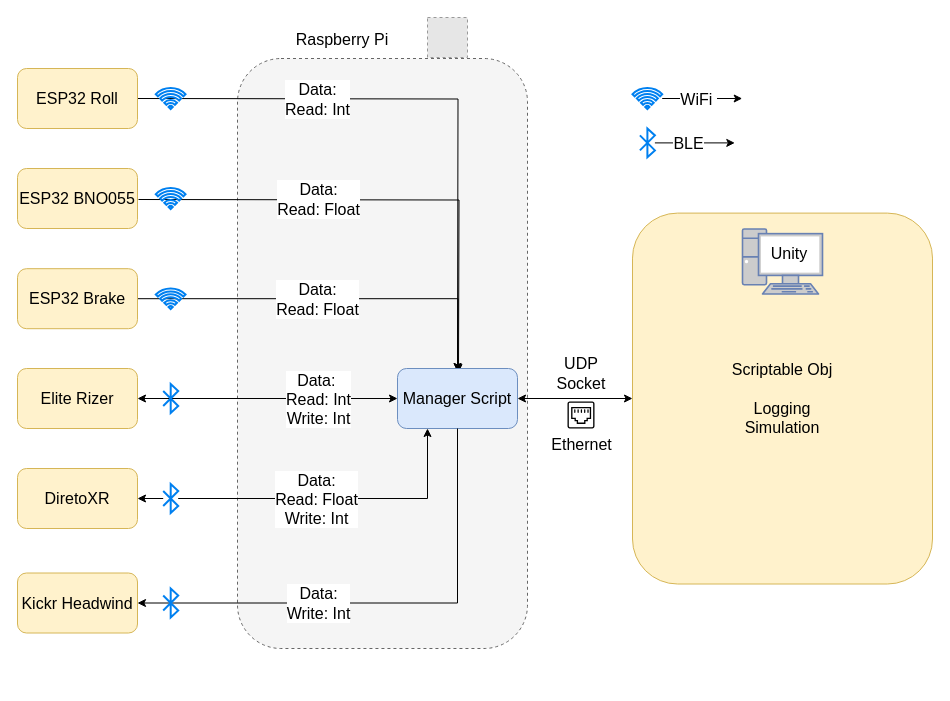
This is Architecture_BicycleSimulator.drawio from DaveBsns/SimulatorRaspberry, a draw.io file, before an edit. Source tidied: cells renumbered, new cells numbered last; positions are measured from the earlier drawing's top-left corner, leaving out a move shared by most shapes. Both pictures are drawn from the tidied source at 100%, with x=0, y=0 at pixel (17, 17). Pictures stored in the file or linked from it are replaced by grey dashed boxes.
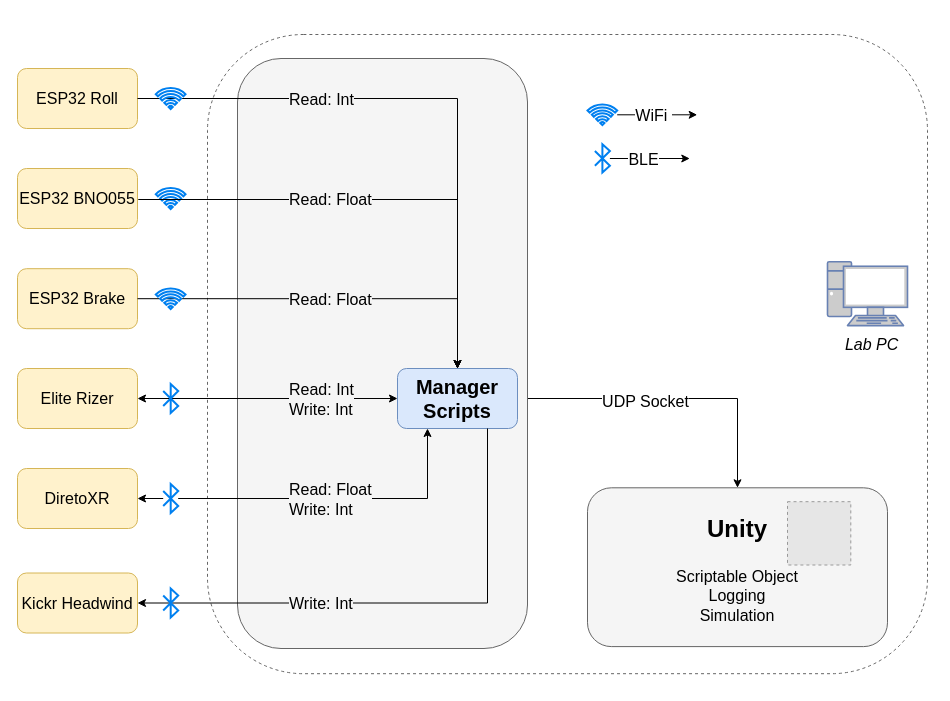
After the change.

Unchanged cells that the change refers to:
```xml
<mxCell id="9" style="edgeStyle=orthogonalEdgeStyle;rounded=0;jettySize=auto;html=1;exitX=1;exitY=0.5;exitDx=0;exitDy=0;entryX=0;entryY=0.5;entryDx=0;entryDy=0;startArrow=classic;startFill=1;fontSize=16;" parent="1" edge="1" source="11" target="19">
  <mxGeometry relative="1" as="geometry" />
</mxCell>
<mxCell id="24" value="Kickr Headwind" style="rounded=1;whiteSpace=wrap;html=1;fillColor=#fff2cc;strokeColor=#d6b656;fontSize=16;" parent="1" vertex="1">
  <mxGeometry y="555.5" width="120" height="60" as="geometry" />
</mxCell>
<mxCell id="32" style="html=1;verticalLabelPosition=bottom;align=center;labelBackgroundColor=#ffffff;verticalAlign=top;strokeWidth=2;strokeColor=#0080F0;shadow=0;dashed=0;shape=mxgraph.ios7.icons.bluetooth;fontSize=16;" parent="1" vertex="1">
  <mxGeometry x="145.7" y="466.6" width="15" height="28.8" as="geometry" />
</mxCell>
```

What changed in the source:
```diff
@@
+    <mxCell id="18" style="edgeStyle=orthogonalEdgeStyle;rounded=0;jettySize=auto;html=1;exitX=1;exitY=0.5;exitDx=0;exitDy=0;startArrow=classic;startFill=1;fontSize=16;" parent="1" edge="1" source="19" target="20">
+      <mxGeometry relative="1" as="geometry" />
+    </mxCell>
+    <mxCell id="43" style="group;" parent="1" vertex="1">
+      <mxGeometry x="190" y="17" width="720" height="649" as="geometry" />
+    </mxCell>
+    <mxCell id="44" value="&lt;div&gt;&lt;span style=&quot;font-style: italic;&quot;&gt;Lab PC&amp;nbsp; &amp;nbsp; &amp;nbsp;&amp;nbsp;&lt;br&gt;&lt;/span&gt;&lt;br&gt;&lt;/div&gt;" style="rounded=1;whiteSpace=wrap;html=1;fillColor=none;strokeColor=#666666;fontSize=16;verticalAlign=middle;align=right;dashed=1;" parent="43" vertex="1">
+      <mxGeometry width="720" height="639.2" as="geometry" />
+    </mxCell>
+    <mxCell id="45" style="fontColor=#0066CC;verticalAlign=top;verticalLabelPosition=bottom;labelPosition=center;align=center;html=1;fillColor=#CCCCCC;strokeColor=#6881B3;gradientColor=none;gradientDirection=north;strokeWidth=2;shape=mxgraph.networks.pc;fontSize=16;" parent="43" vertex="1">
+      <mxGeometry x="620" y="227.2" width="80" height="63.9" as="geometry" />
+    </mxCell>
+    <mxCell id="41" value="UDP Socket" style="edgeLabel;html=1;align=center;verticalAlign=middle;fontSize=16;" parent="43" vertex="1">
+      <mxGeometry x="60" y="345.1" as="geometry">
+        <mxPoint x="377" y="21" as="offset" />
+      </mxGeometry>
+    </mxCell>
+    <mxCell id="46" style="group;" parent="43" vertex="1">
+      <mxGeometry x="380" y="453.3" width="300" height="158.8" as="geometry" />
+    </mxCell>
+    <mxCell id="20" value="Scriptable Object&lt;br style=&quot;font-size: 16px;&quot;&gt;Logging&lt;br style=&quot;font-size: 16px;&quot;&gt;Simulation&lt;div&gt;&lt;br&gt;&lt;/div&gt;" style="rounded=1;whiteSpace=wrap;html=1;fillColor=#F5F5F5;strokeColor=#666666;fontSize=16;verticalAlign=bottom;" parent="46" vertex="1">
+      <mxGeometry width="300" height="158.8" as="geometry" />
+    </mxCell>
+    <mxCell id="39" value="Unity" style="text;html=1;strokeColor=none;fillColor=none;align=center;verticalAlign=middle;whiteSpace=wrap;rounded=0;fontSize=24;fontStyle=1;" parent="46" vertex="1">
+      <mxGeometry x="120" y="26.7" width="60" height="29.5" as="geometry" />
+    </mxCell>
+    <mxCell id="47" style="fillColor=#E6E6E6;strokeColor=#999999;dashed=1;verticalLabelPosition=bottom;labelBackgroundColor=default;verticalAlign=top;" parent="46" vertex="1">
+      <mxGeometry x="200" y="13.9" width="63.3" height="63.3" as="geometry" />
+    </mxCell>
+    <mxCell id="48" style="group;" parent="43" vertex="1">
+      <mxGeometry x="380" y="70" width="109.7" height="68.1" as="geometry" />
+    </mxCell>
+    <mxCell id="33" style="edgeStyle=orthogonalEdgeStyle;rounded=0;jettySize=auto;html=1;fontSize=16;" parent="48" edge="1" source="35">
+      <mxGeometry relative="1" as="geometry">
+        <mxPoint x="109.7" y="10.3" as="targetPoint" />
+      </mxGeometry>
+    </mxCell>
+    <mxCell id="34" value="WiFi&amp;nbsp;" style="edgeLabel;html=1;align=center;verticalAlign=middle;fontSize=16;" parent="33" vertex="1">
+      <mxGeometry x="-0.04" y="3" relative="1" as="geometry">
+        <mxPoint x="-3" y="3" as="offset" />
+      </mxGeometry>
+    </mxCell>
+    <mxCell id="35" style="html=1;verticalLabelPosition=bottom;align=center;labelBackgroundColor=#ffffff;verticalAlign=top;strokeWidth=2;strokeColor=#0080F0;shadow=0;dashed=0;shape=mxgraph.ios7.icons.wifi;fontSize=16;" parent="48" vertex="1">
+      <mxGeometry width="29.7" height="20.6" as="geometry" />
+    </mxCell>
+    <mxCell id="36" style="edgeStyle=orthogonalEdgeStyle;rounded=0;jettySize=auto;html=1;fontSize=16;" parent="48" edge="1" source="38">
+      <mxGeometry relative="1" as="geometry">
+        <mxPoint x="102.3" y="54" as="targetPoint" />
+      </mxGeometry>
+    </mxCell>
+    <mxCell id="37" value="BLE" style="edgeLabel;html=1;align=center;verticalAlign=middle;fontSize=16;" parent="36" vertex="1">
+      <mxGeometry x="-0.25" y="-4" relative="1" as="geometry">
+        <mxPoint x="3" y="-4" as="offset" />
+      </mxGeometry>
+    </mxCell>
+    <mxCell id="38" style="html=1;verticalLabelPosition=bottom;align=center;labelBackgroundColor=#ffffff;verticalAlign=top;strokeWidth=2;strokeColor=#0080F0;shadow=0;dashed=0;shape=mxgraph.ios7.icons.bluetooth;fontSize=16;" parent="48" vertex="1">
+      <mxGeometry x="7.4" y="39.8" width="15" height="28.3" as="geometry" />
+    </mxCell>
-    <mxCell id="2" style="rounded=1;whiteSpace=wrap;html=1;align=left;dashed=1;fillColor=#f5f5f5;fontColor=#333333;strokeColor=#666666;fontSize=16;" parent="1" vertex="1">
+    <mxCell id="2" style="rounded=1;whiteSpace=wrap;html=1;align=left;fillColor=#f5f5f5;fontColor=#333333;strokeColor=#666666;fontSize=16;labelBackgroundColor=#f5f5f5;" parent="1" vertex="1">
       <mxGeometry x="220" y="41" width="290" height="590" as="geometry" />
     </mxCell>
+    <mxCell id="5" value="ESP32 Brake" style="rounded=1;whiteSpace=wrap;html=1;fillColor=#fff2cc;strokeColor=#d6b656;fontSize=16;" parent="1" vertex="1">
+      <mxGeometry y="251.2" width="120" height="60" as="geometry" />
+    </mxCell>
-    <mxCell id="3" style="edgeStyle=orthogonalEdgeStyle;rounded=0;jettySize=auto;html=1;exitX=1;exitY=0.5;exitDx=0;exitDy=0;fontSize=16;" parent="1" edge="1" source="5">
+    <mxCell id="3" style="edgeStyle=orthogonalEdgeStyle;rounded=0;jettySize=auto;html=1;exitX=1;exitY=0.5;exitDx=0;exitDy=0;fontSize=16;entryX=0.5;entryY=0;entryDx=0;entryDy=0;" parent="1" edge="1" source="5" target="19">
       <mxGeometry relative="1" as="geometry">
-        <mxPoint x="440" y="354" as="targetPoint" />
+        <Array as="points">
+          <mxPoint x="440" y="281" />
+        </Array>
       </mxGeometry>
     </mxCell>
-    <mxCell id="4" value="Data:&lt;br style=&quot;font-size: 16px;&quot;&gt;Read: Float" style="edgeLabel;html=1;align=center;verticalAlign=middle;fontSize=16;" parent="3" vertex="1">
-      <mxGeometry x="-0.45" y="2" relative="1" as="geometry">
-        <mxPoint x="71" y="2" as="offset" />
+    <mxCell id="4" value="Read: Float" style="edgeLabel;html=1;align=left;verticalAlign=middle;fontSize=16;labelBackgroundColor=#f5f5f5;" parent="3" vertex="1">
+      <mxGeometry relative="1" as="geometry">
+        <mxPoint x="-45" as="offset" />
       </mxGeometry>
     </mxCell>
-    <mxCell id="5" value="ESP32 Brake" style="rounded=1;whiteSpace=wrap;html=1;fillColor=#fff2cc;strokeColor=#d6b656;fontSize=16;" parent="1" vertex="1">
-      <mxGeometry y="251.2" width="120" height="60" as="geometry" />
-    </mxCell>
-    <mxCell id="6" style="edgeStyle=orthogonalEdgeStyle;rounded=0;orthogonalLoop=1;jettySize=auto;html=1;exitX=1;exitY=0.5;exitDx=0;exitDy=0;entryX=0.5;entryY=0;entryDx=0;entryDy=0;fontSize=16;" parent="1" edge="1">
+    <mxCell id="6" style="edgeStyle=orthogonalEdgeStyle;rounded=0;jettySize=auto;html=1;exitX=1;exitY=0.5;exitDx=0;exitDy=0;entryX=0.5;entryY=0;entryDx=0;entryDy=0;fontSize=16;" parent="1" edge="1" target="19">
       <mxGeometry relative="1" as="geometry">
         <mxPoint x="121" y="182" as="sourcePoint" />
-        <mxPoint x="441" y="355" as="targetPoint" />
+        <Array as="points">
+          <mxPoint x="440" y="182" />
+        </Array>
       </mxGeometry>
     </mxCell>
-    <mxCell id="7" value="Data:&lt;br style=&quot;font-size: 16px;&quot;&gt;Read: Float" style="edgeLabel;html=1;align=center;verticalAlign=middle;fontSize=16;" parent="6" vertex="1">
-      <mxGeometry x="-0.28" y="-2" relative="1" as="geometry">
-        <mxPoint x="3" y="-3" as="offset" />
-      </mxGeometry>
-    </mxCell>
@@
-    <mxCell id="10" value="Data:&amp;nbsp;&lt;br style=&quot;font-size: 16px;&quot;&gt;Read: Int&lt;br style=&quot;font-size: 16px;&quot;&gt;Write: Int" style="edgeLabel;html=1;align=center;verticalAlign=middle;fontSize=16;" parent="9" vertex="1">
-      <mxGeometry x="-0.14" y="-2" relative="1" as="geometry">
-        <mxPoint x="68" y="-2" as="offset" />
+    <mxCell id="10" value="Read: Int&lt;br style=&quot;font-size: 16px;&quot;&gt;Write: Int" style="edgeLabel;html=1;align=left;verticalAlign=middle;fontSize=16;labelBackgroundColor=#f5f5f5;" parent="9" vertex="1">
+      <mxGeometry relative="1" as="geometry">
+        <mxPoint x="20" as="offset" />
       </mxGeometry>
     </mxCell>
@@
+    <mxCell id="17" value="ESP32 Roll" style="rounded=1;whiteSpace=wrap;html=1;fillColor=#fff2cc;strokeColor=#d6b656;fontSize=16;" parent="1" vertex="1">
+      <mxGeometry y="51" width="120" height="60" as="geometry" />
+    </mxCell>
+    <mxCell id="19" value="&lt;b style=&quot;font-size: 20px;&quot;&gt;Manager Scripts&lt;/b&gt;" style="rounded=1;whiteSpace=wrap;html=1;fillColor=#dae8fc;strokeColor=#6c8ebf;fontSize=16;" parent="1" vertex="1">
+      <mxGeometry x="380" y="351" width="120" height="60" as="geometry" />
+    </mxCell>
-    <mxCell id="15" style="edgeStyle=orthogonalEdgeStyle;rounded=0;orthogonalLoop=1;jettySize=auto;html=1;exitX=1;exitY=0.5;exitDx=0;exitDy=0;fontSize=16;" parent="1" edge="1">
+    <mxCell id="15" style="edgeStyle=orthogonalEdgeStyle;rounded=0;jettySize=auto;html=1;exitX=1;exitY=0.5;exitDx=0;exitDy=0;fontSize=16;entryX=0.5;entryY=0;entryDx=0;entryDy=0;" parent="1" edge="1" target="19">
       <mxGeometry relative="1" as="geometry">
         <mxPoint x="120" y="81" as="sourcePoint" />
-        <mxPoint x="440" y="354" as="targetPoint" />
+        <Array as="points">
+          <mxPoint x="440" y="81" />
+        </Array>
       </mxGeometry>
     </mxCell>
-    <mxCell id="16" value="Data:&lt;br style=&quot;font-size: 16px;&quot;&gt;Read: Int" style="edgeLabel;html=1;align=center;verticalAlign=middle;fontSize=16;" parent="15" vertex="1">
-      <mxGeometry x="-0.54" y="2" relative="1" as="geometry">
-        <mxPoint x="43" y="2" as="offset" />
+    <mxCell id="16" value="Read: Int" style="edgeLabel;html=1;align=left;verticalAlign=middle;fontSize=16;labelBackgroundColor=#f5f5f5;" parent="15" vertex="1">
+      <mxGeometry relative="1" as="geometry">
+        <mxPoint x="-145" as="offset" />
       </mxGeometry>
     </mxCell>
-    <mxCell id="17" value="ESP32 Roll" style="rounded=1;whiteSpace=wrap;html=1;fillColor=#fff2cc;strokeColor=#d6b656;fontSize=16;" parent="1" vertex="1">
-      <mxGeometry y="51" width="120" height="60" as="geometry" />
-    </mxCell>
-    <mxCell id="18" style="edgeStyle=orthogonalEdgeStyle;rounded=0;jettySize=auto;html=1;exitX=1;exitY=0.5;exitDx=0;exitDy=0;startArrow=classic;startFill=1;fontSize=16;" parent="1" edge="1" source="19" target="20">
-      <mxGeometry relative="1" as="geometry" />
-    </mxCell>
-    <mxCell id="19" value="Manager Script" style="rounded=1;whiteSpace=wrap;html=1;fillColor=#dae8fc;strokeColor=#6c8ebf;fontSize=16;" parent="1" vertex="1">
-      <mxGeometry x="380" y="351" width="120" height="60" as="geometry" />
-    </mxCell>
-    <mxCell id="20" value="Scriptable Obj&lt;br style=&quot;font-size: 16px;&quot;&gt;&lt;br style=&quot;font-size: 16px;&quot;&gt;Logging&lt;br style=&quot;font-size: 16px;&quot;&gt;Simulation" style="rounded=1;whiteSpace=wrap;html=1;fillColor=#fff2cc;strokeColor=#d6b656;fontSize=16;" parent="1" vertex="1">
-      <mxGeometry x="615" y="195.6" width="300" height="370.9" as="geometry" />
-    </mxCell>
-    <mxCell id="21" style="fontColor=#0066CC;verticalAlign=top;verticalLabelPosition=bottom;labelPosition=center;align=center;html=1;fillColor=#CCCCCC;strokeColor=#6881B3;gradientColor=none;gradientDirection=north;strokeWidth=2;shape=mxgraph.networks.pc;fontSize=16;" parent="1" vertex="1">
-      <mxGeometry x="725" y="211.5" width="80" height="65" as="geometry" />
-    </mxCell>
-    <mxCell id="22" style="edgeStyle=orthogonalEdgeStyle;rounded=0;jettySize=auto;html=1;exitX=1;exitY=0.5;exitDx=0;exitDy=0;startArrow=classic;startFill=1;endArrow=none;endFill=0;entryX=0.5;entryY=1;entryDx=0;entryDy=0;fontSize=16;" parent="1" edge="1" source="24" target="19">
-      <mxGeometry relative="1" as="geometry" />
+    <mxCell id="22" style="edgeStyle=orthogonalEdgeStyle;rounded=0;jettySize=auto;html=1;exitX=1;exitY=0.5;exitDx=0;exitDy=0;startArrow=classic;startFill=1;endArrow=none;endFill=0;entryX=0.75;entryY=1;entryDx=0;entryDy=0;fontSize=16;" parent="1" edge="1" source="24" target="19">
+      <mxGeometry relative="1" as="geometry">
+        <Array as="points">
+          <mxPoint x="470" y="586" />
+        </Array>
+      </mxGeometry>
     </mxCell>
-    <mxCell id="23" value="Data:&lt;br style=&quot;font-size: 16px;&quot;&gt;Write: Int" style="edgeLabel;html=1;align=center;verticalAlign=middle;fontSize=16;" parent="22" vertex="1">
-      <mxGeometry x="0.54" y="-4" relative="1" as="geometry">
-        <mxPoint x="-144" y="61" as="offset" />
+    <mxCell id="23" value="Write: Int" style="edgeLabel;html=1;align=left;verticalAlign=middle;fontSize=16;labelBackgroundColor=#f5f5f5;" parent="22" vertex="1">
+      <mxGeometry relative="1" as="geometry">
+        <mxPoint x="-112" as="offset" />
       </mxGeometry>
     </mxCell>
@@
-    <mxCell id="26" style="fillColor=#E6E6E6;strokeColor=#999999;dashed=1;html=1;verticalAlign=top;verticalLabelPosition=bottom;labelBackgroundColor=#ffffff;fontSize=16;" parent="1" vertex="1">
-      <mxGeometry x="410" width="40" height="40" as="geometry" />
-    </mxCell>
@@
-    <mxCell id="30" style="edgeStyle=orthogonalEdgeStyle;rounded=0;jettySize=auto;html=1;entryX=0.25;entryY=1;entryDx=0;entryDy=0;fontSize=16;" parent="1" edge="1" source="32" target="19">
+    <mxCell id="30" style="edgeStyle=orthogonalEdgeStyle;rounded=0;jettySize=auto;html=1;fontSize=16;" parent="1" edge="1" source="32">
       <mxGeometry relative="1" as="geometry">
+        <mxPoint x="410" y="411" as="targetPoint" />
         <Array as="points">
           <mxPoint x="410" y="481" />
+          <mxPoint x="410" y="411" />
         </Array>
       </mxGeometry>
     </mxCell>
-    <mxCell id="31" value="Data:&lt;br style=&quot;font-size: 16px;&quot;&gt;Read: Float&lt;br style=&quot;font-size: 16px;&quot;&gt;Write: Int" style="edgeLabel;html=1;align=center;verticalAlign=middle;fontSize=16;" parent="30" vertex="1">
-      <mxGeometry x="-0.38" y="1" relative="1" as="geometry">
-        <mxPoint x="39" y="1" as="offset" />
+    <mxCell id="31" value="Read: Float&lt;br style=&quot;font-size: 16px;&quot;&gt;Write: Int" style="edgeLabel;html=1;align=left;verticalAlign=middle;fontSize=16;labelBackgroundColor=#f5f5f5;" parent="30" vertex="1">
+      <mxGeometry relative="1" as="geometry">
+        <mxPoint x="-51" as="offset" />
       </mxGeometry>
     </mxCell>
@@
-    <mxCell id="33" style="edgeStyle=orthogonalEdgeStyle;rounded=0;jettySize=auto;html=1;fontSize=16;" parent="1" edge="1" source="35">
-      <mxGeometry relative="1" as="geometry">
-        <mxPoint x="724.7" y="81" as="targetPoint" />
-      </mxGeometry>
-    </mxCell>
-    <mxCell id="34" value="WiFi&amp;nbsp;" style="edgeLabel;html=1;align=center;verticalAlign=middle;fontSize=16;" parent="33" vertex="1">
-      <mxGeometry x="-0.04" y="3" relative="1" as="geometry">
-        <mxPoint x="-3" y="3" as="offset" />
-      </mxGeometry>
-    </mxCell>
-    <mxCell id="35" style="html=1;verticalLabelPosition=bottom;align=center;labelBackgroundColor=#ffffff;verticalAlign=top;strokeWidth=2;strokeColor=#0080F0;shadow=0;dashed=0;shape=mxgraph.ios7.icons.wifi;fontSize=16;" parent="1" vertex="1">
-      <mxGeometry x="615" y="70.5" width="29.7" height="21" as="geometry" />
-    </mxCell>
-    <mxCell id="36" style="edgeStyle=orthogonalEdgeStyle;rounded=0;jettySize=auto;html=1;fontSize=16;" parent="1" edge="1" source="38">
-      <mxGeometry relative="1" as="geometry">
-        <mxPoint x="717.3" y="125.4" as="targetPoint" />
-      </mxGeometry>
-    </mxCell>
-    <mxCell id="37" value="BLE" style="edgeLabel;html=1;align=center;verticalAlign=middle;fontSize=16;" parent="36" vertex="1">
-      <mxGeometry x="-0.25" y="-4" relative="1" as="geometry">
-        <mxPoint x="3" y="-4" as="offset" />
-      </mxGeometry>
-    </mxCell>
-    <mxCell id="38" style="html=1;verticalLabelPosition=bottom;align=center;labelBackgroundColor=#ffffff;verticalAlign=top;strokeWidth=2;strokeColor=#0080F0;shadow=0;dashed=0;shape=mxgraph.ios7.icons.bluetooth;fontSize=16;" parent="1" vertex="1">
-      <mxGeometry x="622.4" y="111" width="15" height="28.8" as="geometry" />
-    </mxCell>
-    <mxCell id="39" value="Unity" style="text;html=1;strokeColor=none;fillColor=none;align=center;verticalAlign=middle;whiteSpace=wrap;rounded=0;fontSize=16;" parent="1" vertex="1">
-      <mxGeometry x="742" y="220.9" width="60" height="30" as="geometry" />
-    </mxCell>
-    <mxCell id="40" value="Ethernet" style="shadow=0;dashed=0;html=1;strokeColor=none;fillColor=#000000;labelPosition=center;verticalLabelPosition=bottom;verticalAlign=top;align=center;shape=mxgraph.vvd.ethernet_port;fillStyle=auto;fontSize=16;" parent="1" vertex="1">
-      <mxGeometry x="550" y="384" width="27" height="27" as="geometry" />
-    </mxCell>
-    <mxCell id="41" value="UDP Socket" style="text;html=1;strokeColor=none;fillColor=none;align=center;verticalAlign=middle;whiteSpace=wrap;rounded=0;fontSize=16;" parent="1" vertex="1">
-      <mxGeometry x="533.5" y="341" width="60" height="30" as="geometry" />
-    </mxCell>
-    <mxCell id="42" value="&lt;font style=&quot;font-size: 16px;&quot;&gt;Raspberry Pi&lt;/font&gt;" style="text;html=1;strokeColor=none;fillColor=none;align=center;verticalAlign=middle;whiteSpace=wrap;rounded=0;fontSize=16;" parent="1" vertex="1">
-      <mxGeometry x="240" y="7" width="170" height="30" as="geometry" />
-    </mxCell>
+    <mxCell id="49" style="edgeStyle=orthogonalEdgeStyle;rounded=0;jettySize=auto;html=1;exitX=1;exitY=0.5;exitDx=0;exitDy=0;entryX=0.5;entryY=0;entryDx=0;entryDy=0;fontSize=16;" parent="1" edge="1" target="19">
+      <mxGeometry relative="1" as="geometry">
+        <mxPoint x="121" y="182" as="sourcePoint" />
+        <Array as="points">
+          <mxPoint x="440" y="182" />
+        </Array>
+      </mxGeometry>
+    </mxCell>
+    <mxCell id="50" value="Read: Float" style="edgeLabel;html=1;align=left;verticalAlign=middle;fontSize=16;labelBackgroundColor=#f5f5f5;" parent="49" vertex="1">
+      <mxGeometry relative="1" as="geometry">
+        <mxPoint x="-95" y="-1" as="offset" />
+      </mxGeometry>
+    </mxCell>
```
